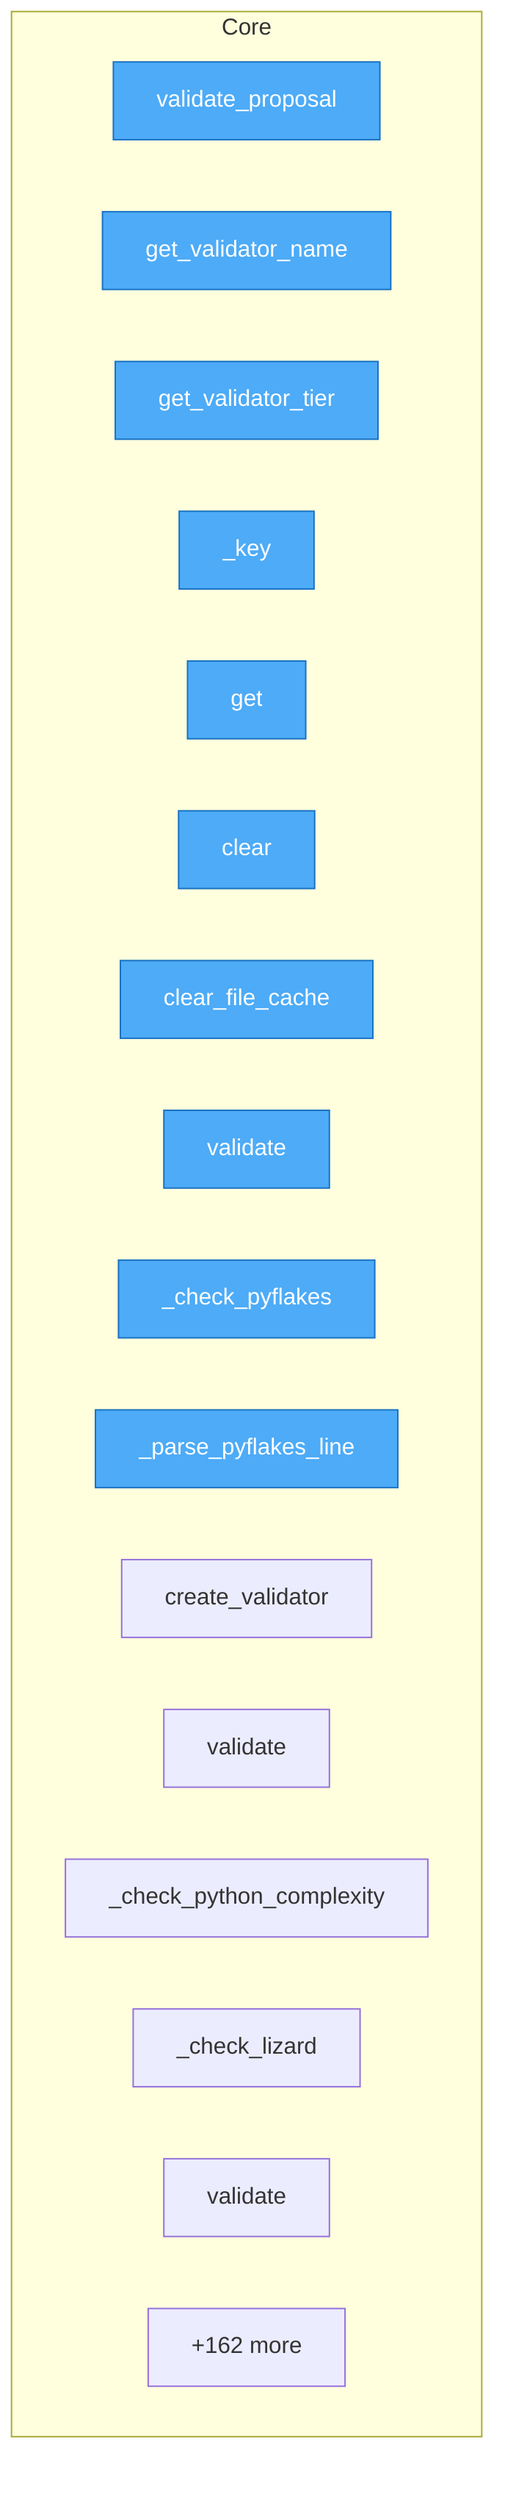
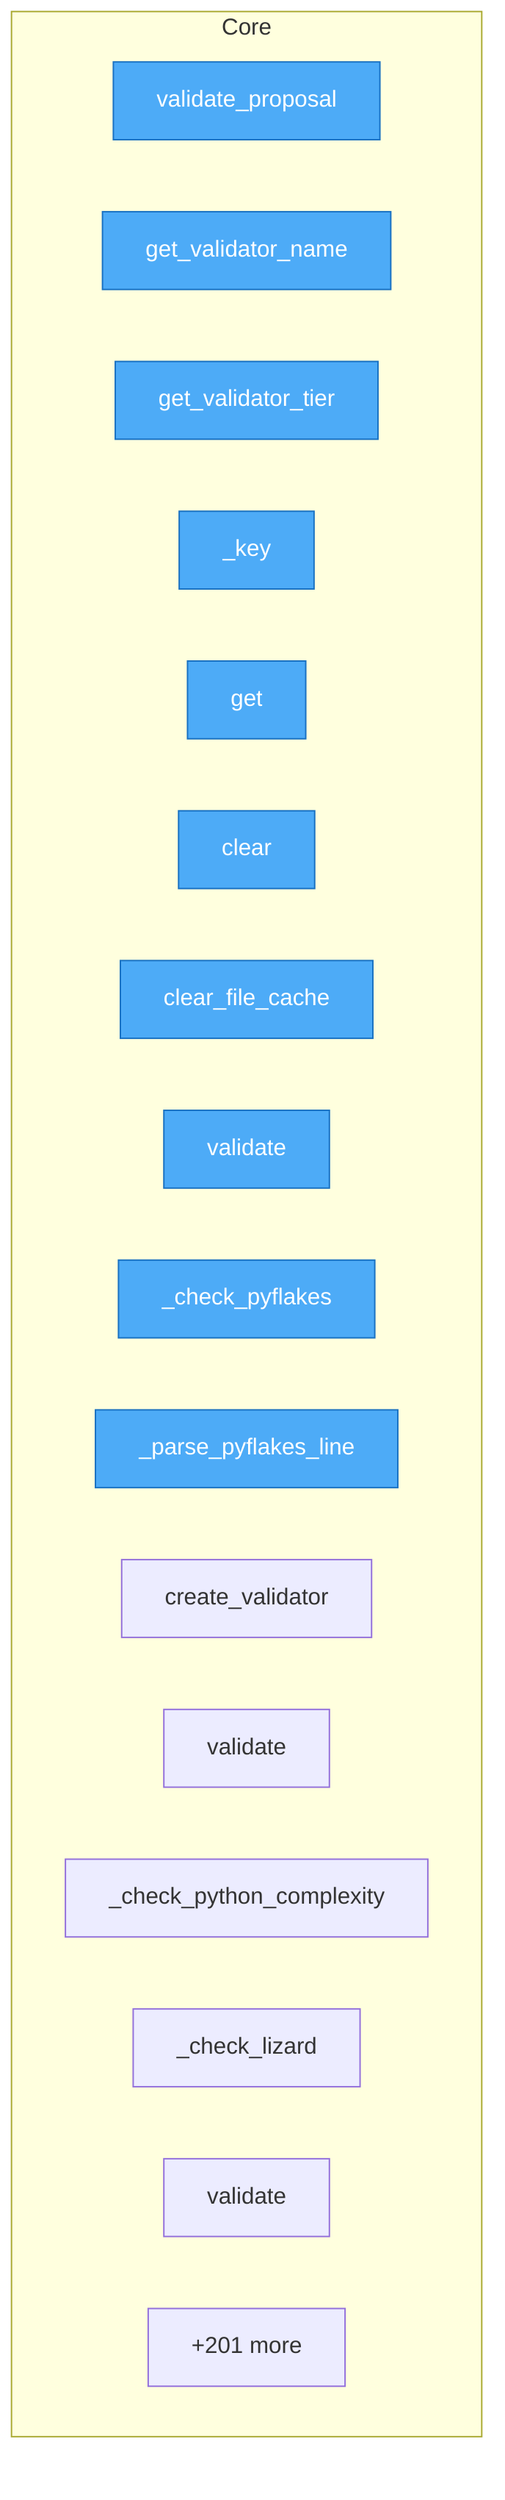
flowchart TD

    %% Entry points (blue)
    classDef entry fill:#4dabf7,stroke:#1971c2,color:#fff

    subgraph Core
        src__vallm__hookspecs__VallmSpec__validate_proposal["validate_proposal"]
        src__vallm__hookspecs__VallmSpec__get_validator_name["get_validator_name"]
        src__vallm__hookspecs__VallmSpec__get_validator_tier["get_validator_tier"]
        src__vallm__validators__file_cache__FileValidationCache___key["_key"]
        src__vallm__validators__file_cache__FileValidationCache__get["get"]
        src__vallm__validators__file_cache__FileValidationCache__clear["clear"]
        src__vallm__validators__file_cache__clear_file_cache["clear_file_cache"]
        src__vallm__validators__logical__LogicalErrorValidator__validate["validate"]
        src__vallm__validators__logical__LogicalErrorValidator___check_pyflakes["_check_pyflakes"]
        src__vallm__validators__logical__LogicalErrorValidator___parse_pyflakes_line["_parse_pyflakes_line"]
        src__vallm__validators__logical__create_validator["create_validator"]
        src__vallm__validators__complexity__ComplexityValidator__validate["validate"]
        src__vallm__validators__complexity__ComplexityValidator___check_python_complexity["_check_python_complexity"]
        src__vallm__validators__complexity__ComplexityValidator___check_lizard["_check_lizard"]
        src__vallm__validators__regression__RegressionValidator__validate["validate"]
-         ...["+162 more"]
+         ...["+201 more"]
    end

    class src__vallm__hookspecs__VallmSpec__validate_proposal,src__vallm__hookspecs__VallmSpec__get_validator_name,src__vallm__hookspecs__VallmSpec__get_validator_tier,src__vallm__validators__file_cache__FileValidationCache___key,src__vallm__validators__file_cache__FileValidationCache__get,src__vallm__validators__file_cache__FileValidationCache__clear,src__vallm__validators__file_cache__clear_file_cache,src__vallm__validators__logical__LogicalErrorValidator__validate,src__vallm__validators__logical__LogicalErrorValidator___check_pyflakes,src__vallm__validators__logical__LogicalErrorValidator___parse_pyflakes_line entry
